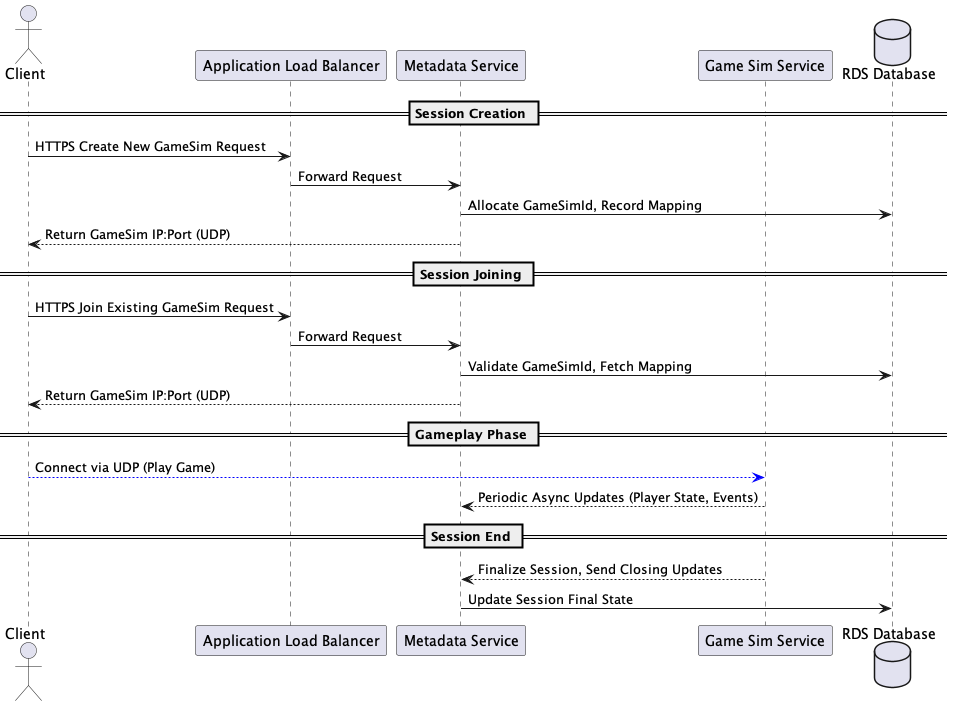
Earlier version of the PlantUML export docs/img/2-game-sim-flow.png (dcasadevall/rpg-server).
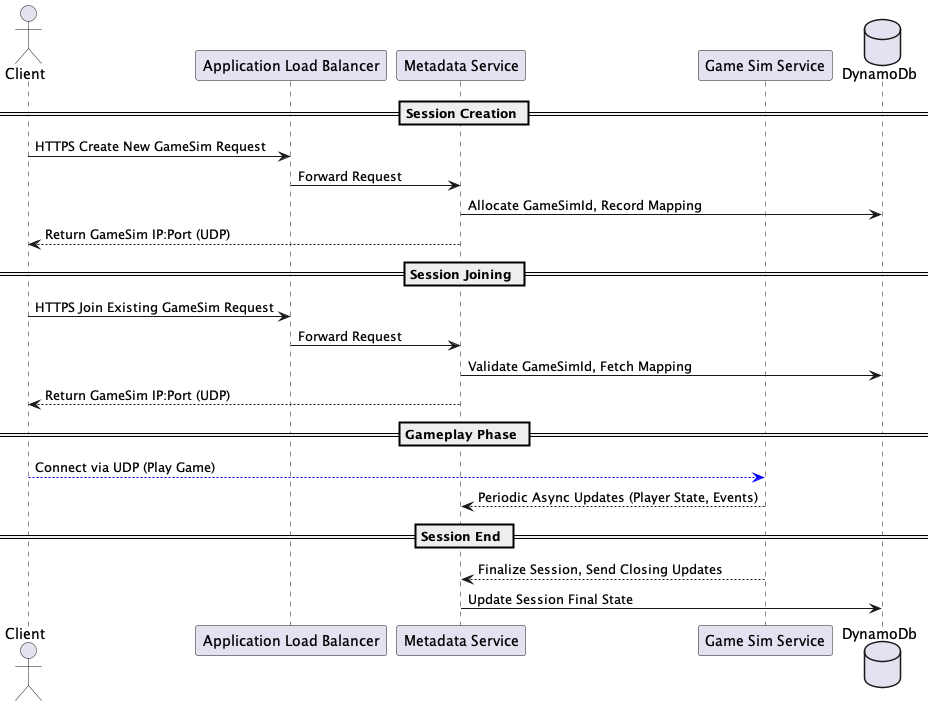
After the commit.

What changed in the source:
```diff
@@ -3,18 +3,18 @@
 participant "Application Load Balancer" as ALB
 participant "Metadata Service" as MDS
 participant "Game Sim Service" as GS
-database "RDS Database" as RDS
+database "DynamoDb" as DynamoDb
 
 == Session Creation ==
 Client -> ALB : HTTPS Create New GameSim Request
 ALB -> MDS : Forward Request
-MDS -> RDS : Allocate GameSimId, Record Mapping
+MDS -> DynamoDb : Allocate GameSimId, Record Mapping
 MDS --> Client : Return GameSim IP:Port (UDP)
 
 == Session Joining ==
 Client -> ALB : HTTPS Join Existing GameSim Request
 ALB -> MDS : Forward Request
-MDS -> RDS : Validate GameSimId, Fetch Mapping
+MDS -> DynamoDb : Validate GameSimId, Fetch Mapping
 MDS --> Client : Return GameSim IP:Port (UDP)
 
 == Gameplay Phase ==
@@ -23,5 +23,5 @@
 
 == Session End ==
 GS --> MDS : Finalize Session, Send Closing Updates
-MDS -> RDS : Update Session Final State
+MDS -> DynamoDb : Update Session Final State
 @enduml
```
